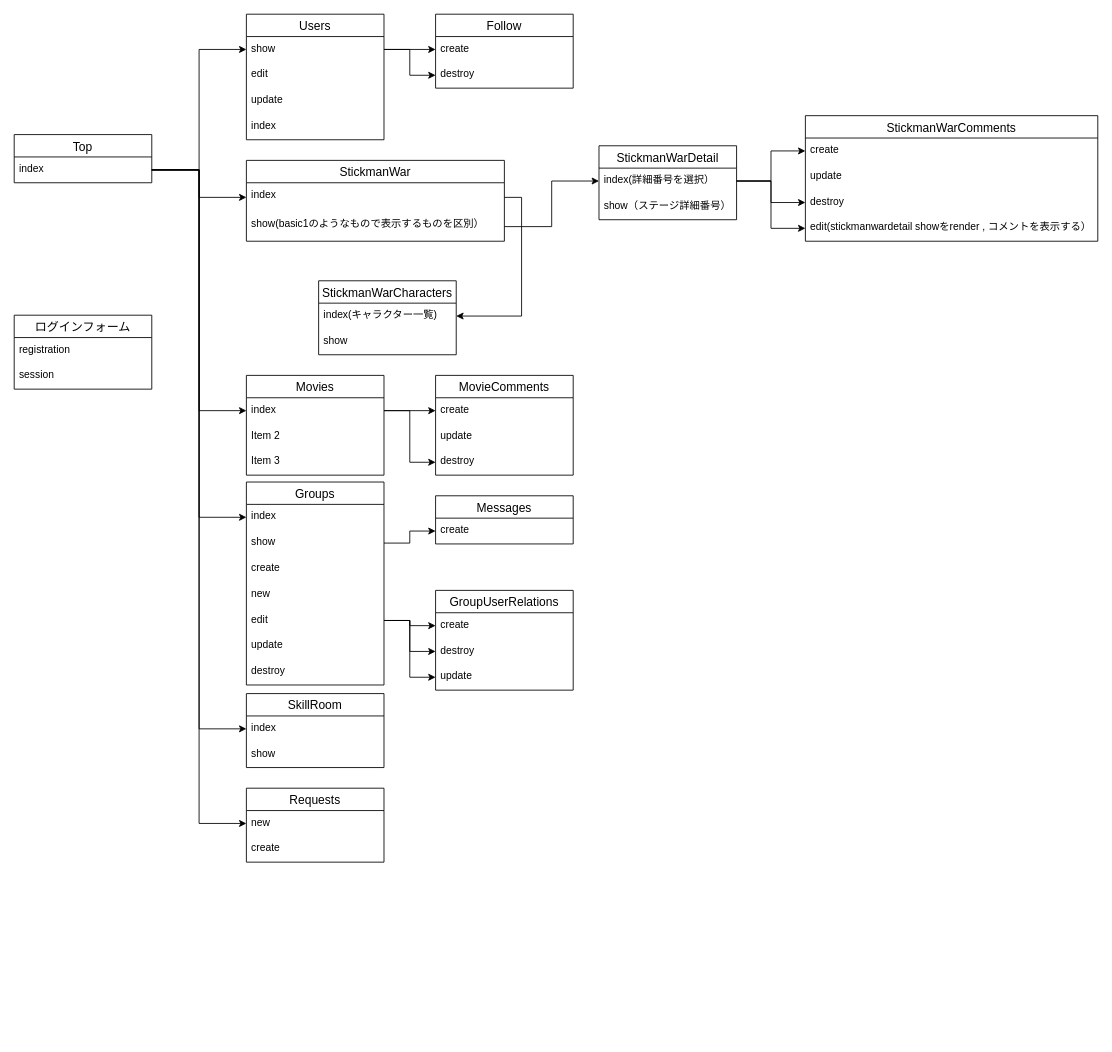
Earlier version of the draw.io diagram flow.dio (runba3011/runba_home). Source tidied: cells renumbered, new cells numbered last; positions are measured from the earlier drawing's top-left corner, leaving out a move shared by most shapes. Both pictures are drawn from the tidied source at 86%, with x=0, y=0 at pixel (14, 14).
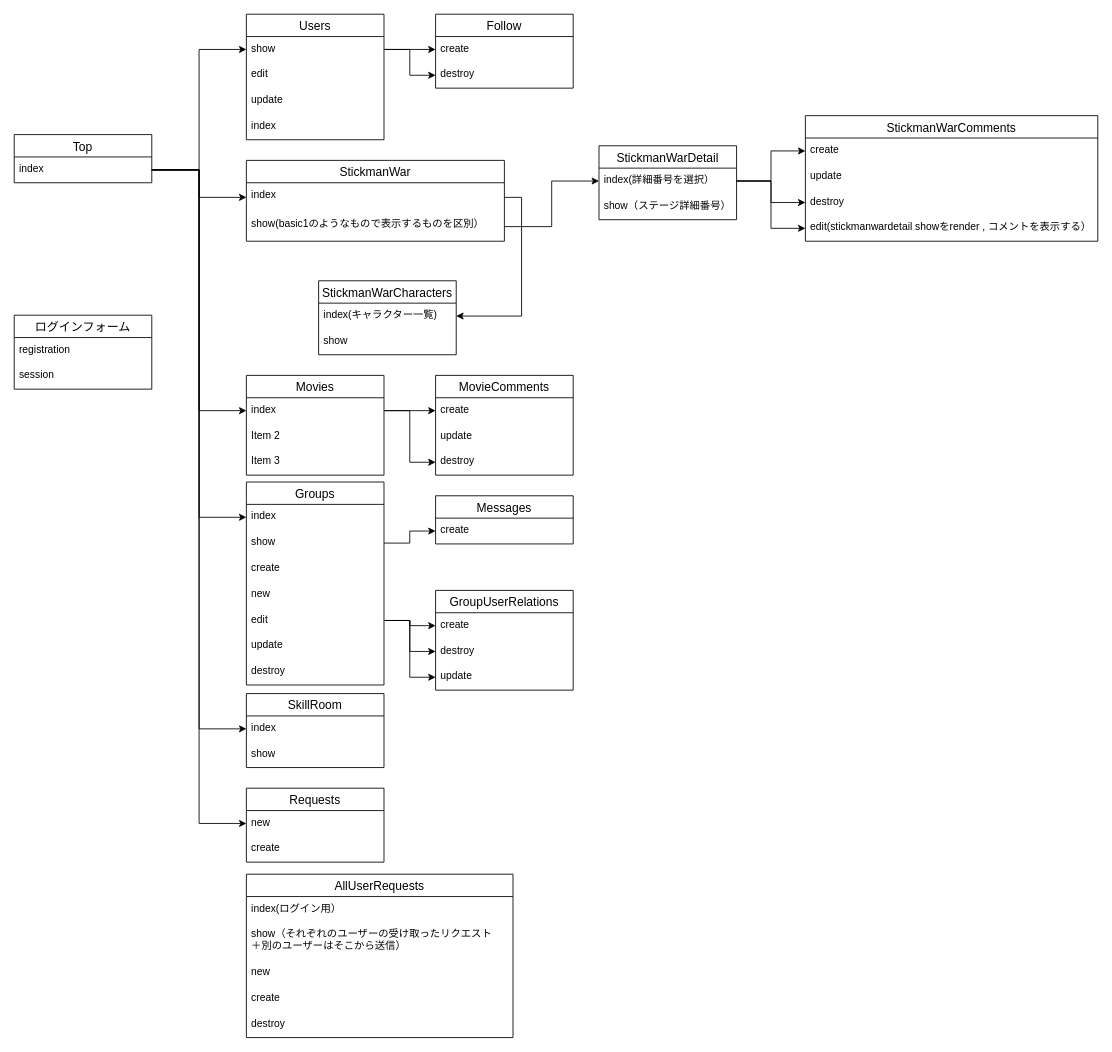
The same diagram, later.

What changed in the source:
```diff
@@
+    <mxCell id="76" value="AllUserRequests" style="swimlane;fontStyle=0;horizontal=1;startSize=26;align=center;fontSize=14;" parent="1" vertex="1">
+      <mxGeometry x="270" y="1000" width="310" height="190" as="geometry" />
+    </mxCell>
+    <mxCell id="77" value="index(ログイン用）" style="text;strokeColor=none;fillColor=none;spacingLeft=4;spacingRight=4;overflow=hidden;fontSize=12;" parent="76" vertex="1">
+      <mxGeometry y="26" width="310" height="30" as="geometry" />
+    </mxCell>
+    <mxCell id="78" value="show（それぞれのユーザーの受け取ったリクエスト&#10;＋別のユーザーはそこから送信）&#10;" style="text;strokeColor=none;fillColor=none;spacingLeft=4;spacingRight=4;overflow=hidden;fontSize=12;" parent="76" vertex="1">
+      <mxGeometry y="56" width="310" height="44" as="geometry" />
+    </mxCell>
+    <mxCell id="79" value="new" style="text;strokeColor=none;fillColor=none;spacingLeft=4;spacingRight=4;overflow=hidden;fontSize=12;" parent="76" vertex="1">
+      <mxGeometry y="100" width="310" height="30" as="geometry" />
+    </mxCell>
+    <mxCell id="80" value="create" style="text;strokeColor=none;fillColor=none;spacingLeft=4;spacingRight=4;overflow=hidden;fontSize=12;" parent="76" vertex="1">
+      <mxGeometry y="130" width="310" height="30" as="geometry" />
+    </mxCell>
+    <mxCell id="81" value="destroy" style="text;strokeColor=none;fillColor=none;spacingLeft=4;spacingRight=4;overflow=hidden;fontSize=12;" parent="76" vertex="1">
+      <mxGeometry y="160" width="310" height="30" as="geometry" />
+    </mxCell>
```
